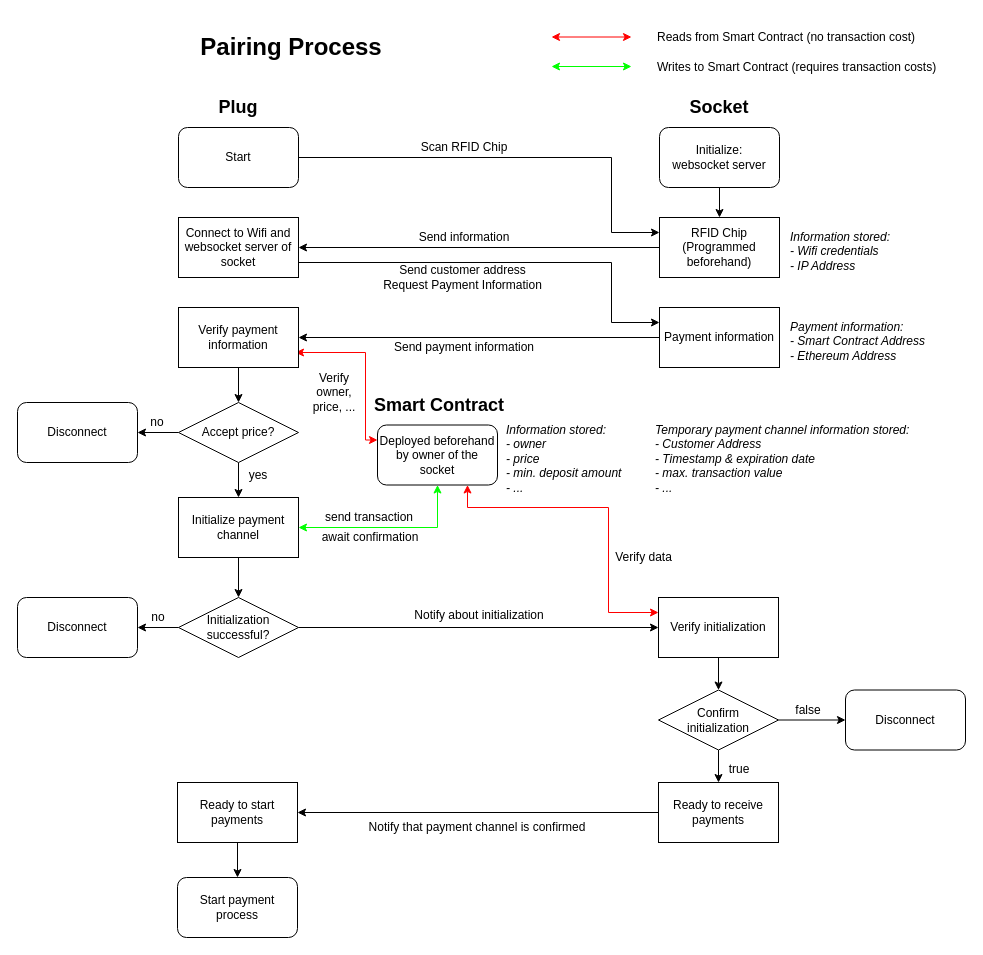
The draw.io diagram page "pairing_process" (1 of 4) of flowcharts/Plug-Socket.drawio in gretzke/Blockchain-Based-Smart-Outlet, before the edit. Source tidied: cells renumbered, new cells numbered last; positions are measured from the earlier drawing's top-left corner, leaving out a move shared by most shapes. Both pictures are drawn from the tidied source at 100%, with x=0, y=0 at pixel (17, 27).
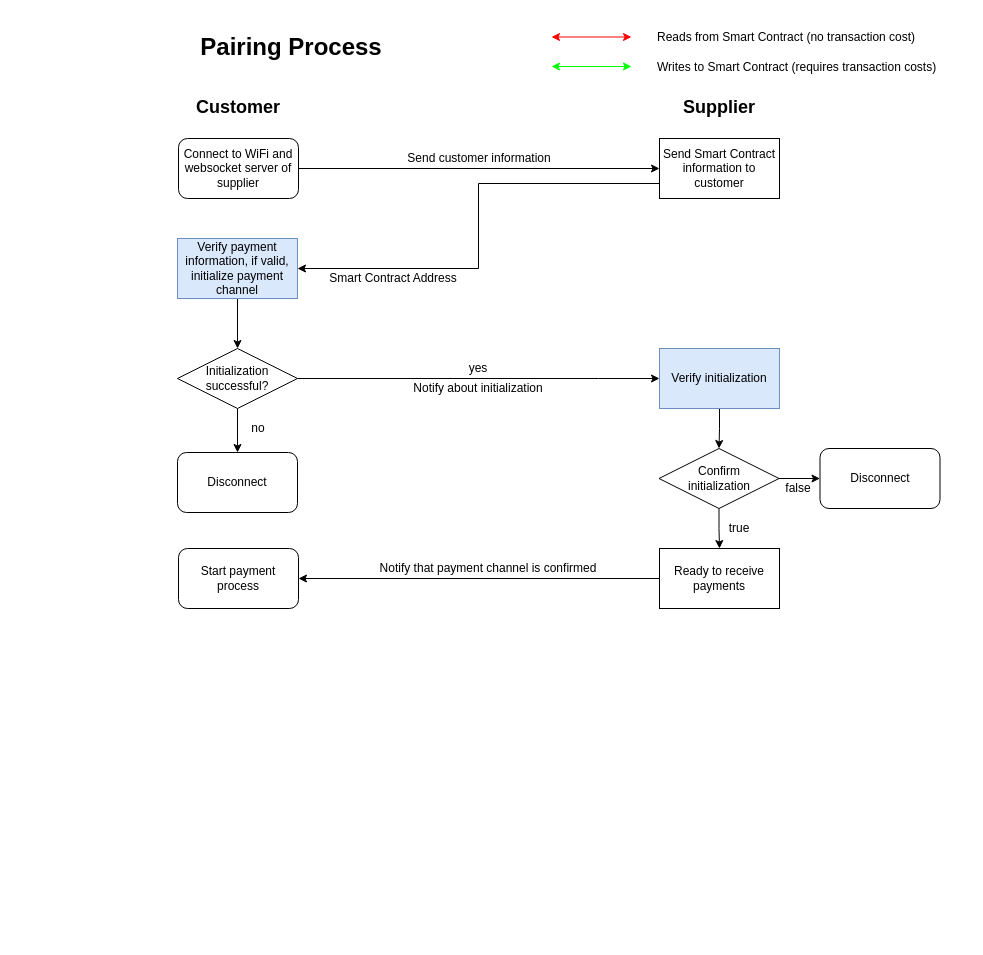
The same diagram, later.

Change to the diagram source:
```diff
@@
-    <mxCell id="2" value="&lt;b&gt;&lt;font style=&quot;font-size: 18px&quot;&gt;Plug&lt;/font&gt;&lt;/b&gt;&lt;br&gt;" style="text;html=1;strokeColor=none;fillColor=none;align=center;verticalAlign=middle;whiteSpace=wrap;rounded=0;" parent="1" vertex="1">
+    <mxCell id="2" value="&lt;b&gt;&lt;font style=&quot;font-size: 18px&quot;&gt;Customer&lt;/font&gt;&lt;/b&gt;&lt;br&gt;" style="text;html=1;strokeColor=none;fillColor=none;align=center;verticalAlign=middle;whiteSpace=wrap;rounded=0;" parent="1" vertex="1">
       <mxGeometry x="201" y="70" width="40" height="20" as="geometry" />
     </mxCell>
-    <mxCell id="3" value="&lt;b&gt;&lt;font style=&quot;font-size: 18px&quot;&gt;Socket&lt;/font&gt;&lt;/b&gt;&lt;br&gt;" style="text;html=1;strokeColor=none;fillColor=none;align=center;verticalAlign=middle;whiteSpace=wrap;rounded=0;" parent="1" vertex="1">
+    <mxCell id="3" value="&lt;b&gt;&lt;font style=&quot;font-size: 18px&quot;&gt;Supplier&lt;/font&gt;&lt;/b&gt;&lt;br&gt;" style="text;html=1;strokeColor=none;fillColor=none;align=center;verticalAlign=middle;whiteSpace=wrap;rounded=0;" parent="1" vertex="1">
       <mxGeometry x="682" y="70" width="40" height="20" as="geometry" />
     </mxCell>
-    <mxCell id="4" style="edgeStyle=orthogonalEdgeStyle;rounded=0;jettySize=auto;html=1;entryX=0;entryY=0.25;entryDx=0;entryDy=0;" parent="1" edge="1" source="5" target="7">
-      <mxGeometry relative="1" as="geometry">
-        <Array as="points">
-          <mxPoint x="594" y="130" />
-          <mxPoint x="594" y="205" />
-        </Array>
-      </mxGeometry>
-    </mxCell>
-    <mxCell id="5" value="Start&lt;br&gt;" style="rounded=1;whiteSpace=wrap;html=1;" parent="1" vertex="1">
-      <mxGeometry x="161" y="100" width="120" height="60" as="geometry" />
-    </mxCell>
-    <mxCell id="6" style="edgeStyle=orthogonalEdgeStyle;rounded=0;jettySize=auto;html=1;exitX=0;exitY=0.5;exitDx=0;exitDy=0;entryX=1;entryY=0.5;entryDx=0;entryDy=0;" parent="1" edge="1" source="7" target="9">
+    <mxCell id="6" style="edgeStyle=orthogonalEdgeStyle;rounded=0;jettySize=auto;html=1;exitX=0;exitY=0.5;exitDx=0;exitDy=0;entryX=1;entryY=0.5;entryDx=0;entryDy=0;startArrow=classic;startFill=1;endArrow=none;endFill=0;" parent="1" edge="1" source="7" target="9">
       <mxGeometry relative="1" as="geometry" />
     </mxCell>
-    <mxCell id="7" value="RFID Chip&lt;br&gt;(Programmed beforehand)&lt;br&gt;" style="rounded=0;whiteSpace=wrap;html=1;" parent="1" vertex="1">
-      <mxGeometry x="642" y="190" width="120" height="60" as="geometry" />
+    <mxCell id="7" value="Send Smart Contract information to customer" style="rounded=0;whiteSpace=wrap;html=1;" parent="1" vertex="1">
+      <mxGeometry x="642" y="111" width="120" height="60" as="geometry" />
     </mxCell>
-    <mxCell id="8" style="edgeStyle=orthogonalEdgeStyle;rounded=0;jettySize=auto;html=1;exitX=1;exitY=0.75;exitDx=0;exitDy=0;entryX=0;entryY=0.25;entryDx=0;entryDy=0;" parent="1" edge="1" source="9" target="14">
-      <mxGeometry relative="1" as="geometry">
-        <Array as="points">
-          <mxPoint x="594" y="235" />
-          <mxPoint x="594" y="295" />
-        </Array>
-      </mxGeometry>
-    </mxCell>
-    <mxCell id="9" value="Connect to Wifi and websocket server of socket&lt;br&gt;" style="rounded=0;whiteSpace=wrap;html=1;" parent="1" vertex="1">
-      <mxGeometry x="161" y="190" width="120" height="60" as="geometry" />
+    <mxCell id="9" value="Connect to WiFi and websocket server of supplier&lt;br&gt;" style="rounded=1;whiteSpace=wrap;html=1;glass=0;" parent="1" vertex="1">
+      <mxGeometry x="161" y="111" width="120" height="60" as="geometry" />
     </mxCell>
-    <mxCell id="10" value="Send information" style="text;html=1;strokeColor=none;fillColor=none;align=center;verticalAlign=middle;whiteSpace=wrap;rounded=0;" parent="1" vertex="1">
-      <mxGeometry x="347" y="200" width="200" height="20" as="geometry" />
+    <mxCell id="10" value="Send customer information" style="text;html=1;strokeColor=none;fillColor=none;align=center;verticalAlign=middle;whiteSpace=wrap;rounded=0;" parent="1" vertex="1">
+      <mxGeometry x="361.5" y="121" width="200" height="20" as="geometry" />
     </mxCell>
-    <mxCell id="11" style="edgeStyle=orthogonalEdgeStyle;rounded=0;jettySize=auto;html=1;exitX=0.5;exitY=1;exitDx=0;exitDy=0;entryX=0.5;entryY=0;entryDx=0;entryDy=0;" parent="1" edge="1" source="12" target="7">
-      <mxGeometry relative="1" as="geometry" />
-    </mxCell>
-    <mxCell id="12" value="Initialize:&lt;br&gt;websocket server&lt;br&gt;" style="rounded=1;whiteSpace=wrap;html=1;" parent="1" vertex="1">
-      <mxGeometry x="642" y="100" width="120" height="60" as="geometry" />
-    </mxCell>
-    <mxCell id="13" style="edgeStyle=orthogonalEdgeStyle;rounded=0;jettySize=auto;html=1;exitX=0;exitY=0.5;exitDx=0;exitDy=0;entryX=1;entryY=0.5;entryDx=0;entryDy=0;" parent="1" edge="1" source="14" target="22">
+    <mxCell id="13" style="edgeStyle=orthogonalEdgeStyle;rounded=0;jettySize=auto;html=1;entryX=1;entryY=0.5;entryDx=0;entryDy=0;exitX=0;exitY=0.75;exitDx=0;exitDy=0;" parent="1" edge="1" source="7" target="22">
       <mxGeometry relative="1" as="geometry" />
     </mxCell>
-    <mxCell id="14" value="Payment information&lt;br&gt;" style="rounded=0;whiteSpace=wrap;html=1;" parent="1" vertex="1">
-      <mxGeometry x="642" y="280" width="120" height="60" as="geometry" />
-    </mxCell>
-    <mxCell id="15" value="&lt;span&gt;Send customer address&lt;br&gt;Request Payment Information&lt;/span&gt;" style="text;html=1;strokeColor=none;fillColor=none;align=center;verticalAlign=middle;whiteSpace=wrap;rounded=0;" parent="1" vertex="1">
-      <mxGeometry x="357" y="240" width="177" height="20" as="geometry" />
-    </mxCell>
-    <mxCell id="16" value="Scan RFID Chip&lt;br&gt;" style="text;html=1;strokeColor=none;fillColor=none;align=center;verticalAlign=middle;whiteSpace=wrap;rounded=0;" parent="1" vertex="1">
-      <mxGeometry x="402" y="110" width="90" height="20" as="geometry" />
-    </mxCell>
-    <mxCell id="17" value="&lt;i&gt;Information stored:&lt;br&gt;- Wifi credentials&lt;br&gt;- IP Address&lt;/i&gt;" style="text;html=1;align=left;verticalAlign=top;spacingTop=-4;" parent="1" vertex="1">
-      <mxGeometry x="771" y="200" width="120" height="40" as="geometry" />
-    </mxCell>
-    <mxCell id="18" value="Send payment information" style="text;html=1;strokeColor=none;fillColor=none;align=center;verticalAlign=middle;whiteSpace=wrap;rounded=0;" parent="1" vertex="1">
-      <mxGeometry x="367" y="310" width="160" height="20" as="geometry" />
-    </mxCell>
-    <mxCell id="19" value="&lt;i&gt;Payment information:&lt;br&gt;- Smart Contract Address&lt;br&gt;- Ethereum Address&lt;br&gt;&lt;/i&gt;" style="text;html=1;align=left;verticalAlign=top;spacingTop=-4;" parent="1" vertex="1">
-      <mxGeometry x="771" y="290" width="150" height="40" as="geometry" />
-    </mxCell>
-    <mxCell id="20" style="edgeStyle=orthogonalEdgeStyle;rounded=0;jettySize=auto;html=1;exitX=1;exitY=0.75;exitDx=0;exitDy=0;strokeColor=#FF0000;entryX=0;entryY=0.25;entryDx=0;entryDy=0;startArrow=classic;startFill=1;" parent="1" edge="1" target="25">
-      <mxGeometry relative="1" as="geometry">
-        <mxPoint x="278" y="325" as="sourcePoint" />
-        <Array as="points">
-          <mxPoint x="348" y="325" />
-          <mxPoint x="348" y="413" />
-        </Array>
-      </mxGeometry>
-    </mxCell>
@@
-    <mxCell id="22" value="Verify payment information" style="rounded=0;whiteSpace=wrap;html=1;" parent="1" vertex="1">
-      <mxGeometry x="161" y="280" width="120" height="60" as="geometry" />
+    <mxCell id="22" value="Verify payment information, if valid, initialize payment channel" style="rounded=0;whiteSpace=wrap;html=1;fillColor=#dae8fc;strokeColor=#6c8ebf;" parent="1" vertex="1">
+      <mxGeometry x="160" y="211" width="120" height="60" as="geometry" />
     </mxCell>
-    <mxCell id="23" style="edgeStyle=orthogonalEdgeStyle;rounded=0;jettySize=auto;html=1;exitX=0.5;exitY=1;exitDx=0;exitDy=0;entryX=1;entryY=0.5;entryDx=0;entryDy=0;strokeColor=#00FF00;startArrow=classic;startFill=1;" parent="1" edge="1" source="25" target="35">
-      <mxGeometry relative="1" as="geometry" />
-    </mxCell>
-    <mxCell id="24" style="edgeStyle=orthogonalEdgeStyle;rounded=0;jettySize=auto;html=1;exitX=0.75;exitY=1;exitDx=0;exitDy=0;entryX=0;entryY=0.25;entryDx=0;entryDy=0;strokeColor=#FF0000;startArrow=classic;startFill=1;" parent="1" edge="1" source="25" target="56">
-      <mxGeometry relative="1" as="geometry">
-        <Array as="points">
-          <mxPoint x="450" y="480" />
-          <mxPoint x="591" y="480" />
-          <mxPoint x="591" y="585" />
-        </Array>
-      </mxGeometry>
-    </mxCell>
-    <mxCell id="25" value="Deployed beforehand by owner of the socket&lt;br&gt;" style="rounded=1;whiteSpace=wrap;html=1;" parent="1" vertex="1">
-      <mxGeometry x="360" y="397.5" width="120" height="60" as="geometry" />
-    </mxCell>
-    <mxCell id="26" value="&lt;font style=&quot;font-size: 18px&quot;&gt;&lt;b&gt;Smart Contract&lt;/b&gt;&lt;/font&gt;" style="text;html=1;strokeColor=none;fillColor=none;align=center;verticalAlign=middle;whiteSpace=wrap;rounded=0;" parent="1" vertex="1">
-      <mxGeometry x="347" y="367.5" width="150" height="20" as="geometry" />
-    </mxCell>
-    <mxCell id="27" value="&lt;i&gt;Information stored:&lt;br&gt;- owner&lt;br&gt;- price&lt;br&gt;- min. deposit amount&lt;br&gt;- ...&lt;br&gt;&lt;br&gt;&lt;/i&gt;" style="text;html=1;align=left;verticalAlign=top;spacingTop=-4;" parent="1" vertex="1">
-      <mxGeometry x="487" y="392.5" width="130" height="90" as="geometry" />
-    </mxCell>
@@
-    <mxCell id="29" value="Verify owner, price, ..." style="text;html=1;strokeColor=none;fillColor=none;align=center;verticalAlign=middle;whiteSpace=wrap;rounded=0;" parent="1" vertex="1">
-      <mxGeometry x="287" y="355" width="60" height="20" as="geometry" />
-    </mxCell>
-    <mxCell id="30" style="edgeStyle=orthogonalEdgeStyle;rounded=0;jettySize=auto;html=1;exitX=0.5;exitY=1;exitDx=0;exitDy=0;entryX=0.5;entryY=0;entryDx=0;entryDy=0;" parent="1" edge="1" source="32" target="35">
-      <mxGeometry relative="1" as="geometry" />
-    </mxCell>
@@
-    <mxCell id="32" value="Accept price?" style="rhombus;whiteSpace=wrap;html=1;" parent="1" vertex="1">
-      <mxGeometry x="161" y="375" width="120" height="60" as="geometry" />
+    <mxCell id="32" value="Initialization successful?&lt;br&gt;" style="rhombus;whiteSpace=wrap;html=1;" parent="1" vertex="1">
+      <mxGeometry x="160" y="321" width="120" height="60" as="geometry" />
     </mxCell>
     <mxCell id="33" value="Disconnect" style="rounded=1;whiteSpace=wrap;html=1;" parent="1" vertex="1">
-      <mxGeometry y="375" width="120" height="60" as="geometry" />
+      <mxGeometry x="160" y="425" width="120" height="60" as="geometry" />
     </mxCell>
-    <mxCell id="34" style="edgeStyle=orthogonalEdgeStyle;rounded=0;jettySize=auto;html=1;" parent="1" edge="1" source="35" target="41">
-      <mxGeometry relative="1" as="geometry" />
-    </mxCell>
-    <mxCell id="35" value="Initialize payment channel" style="rounded=0;whiteSpace=wrap;html=1;" parent="1" vertex="1">
-      <mxGeometry x="161" y="470" width="120" height="60" as="geometry" />
-    </mxCell>
-    <mxCell id="36" value="&lt;i&gt;Temporary payment channel information stored:&lt;br&gt;- Customer Address&lt;br&gt;- Timestamp &amp;amp; expiration date&lt;br&gt;- max. transaction value&lt;br&gt;- ...&lt;br&gt;&lt;br&gt;&lt;/i&gt;" style="text;html=1;align=left;verticalAlign=top;spacingTop=-4;" parent="1" vertex="1">
-      <mxGeometry x="636" y="392.5" width="270" height="90" as="geometry" />
-    </mxCell>
-    <mxCell id="37" value="send transaction" style="text;html=1;strokeColor=none;fillColor=none;align=center;verticalAlign=middle;whiteSpace=wrap;rounded=0;" parent="1" vertex="1">
-      <mxGeometry x="302" y="480" width="100" height="20" as="geometry" />
-    </mxCell>
-    <mxCell id="38" value="await confirmation" style="text;html=1;strokeColor=none;fillColor=none;align=center;verticalAlign=middle;whiteSpace=wrap;rounded=0;" parent="1" vertex="1">
-      <mxGeometry x="302.5" y="500" width="100" height="20" as="geometry" />
-    </mxCell>
-    <mxCell id="39" style="edgeStyle=orthogonalEdgeStyle;rounded=0;jettySize=auto;html=1;" parent="1" edge="1" source="41" target="42">
-      <mxGeometry relative="1" as="geometry" />
-    </mxCell>
-    <mxCell id="40" style="edgeStyle=orthogonalEdgeStyle;rounded=0;jettySize=auto;html=1;entryX=0;entryY=0.5;entryDx=0;entryDy=0;" parent="1" edge="1" source="41" target="56">
-      <mxGeometry relative="1" as="geometry" />
+    <mxCell id="40" style="edgeStyle=orthogonalEdgeStyle;rounded=0;jettySize=auto;html=1;entryX=0;entryY=0.5;entryDx=0;entryDy=0;exitX=1;exitY=0.5;exitDx=0;exitDy=0;" parent="1" edge="1" source="32" target="56">
+      <mxGeometry relative="1" as="geometry">
+        <Array as="points">
+          <mxPoint x="581" y="351" />
+          <mxPoint x="581" y="351" />
+        </Array>
+      </mxGeometry>
     </mxCell>
-    <mxCell id="41" value="Initialization successful?" style="rhombus;whiteSpace=wrap;html=1;" parent="1" vertex="1">
-      <mxGeometry x="161" y="570" width="120" height="60" as="geometry" />
-    </mxCell>
-    <mxCell id="42" value="Disconnect" style="rounded=1;whiteSpace=wrap;html=1;" parent="1" vertex="1">
-      <mxGeometry y="570" width="120" height="60" as="geometry" />
-    </mxCell>
@@
     <mxCell id="45" value="Confirm&lt;br&gt;initialization" style="rhombus;whiteSpace=wrap;html=1;" parent="1" vertex="1">
-      <mxGeometry x="641" y="662.5" width="120" height="60" as="geometry" />
+      <mxGeometry x="641.5" y="421" width="120" height="60" as="geometry" />
     </mxCell>
     <mxCell id="46" value="Notify about initialization" style="text;html=1;strokeColor=none;fillColor=none;align=center;verticalAlign=middle;whiteSpace=wrap;rounded=0;" parent="1" vertex="1">
-      <mxGeometry x="376.5" y="577.5" width="170" height="20" as="geometry" />
+      <mxGeometry x="376" y="351" width="170" height="20" as="geometry" />
     </mxCell>
     <mxCell id="47" value="Disconnect" style="rounded=1;whiteSpace=wrap;html=1;" parent="1" vertex="1">
-      <mxGeometry x="828" y="662.5" width="120" height="60" as="geometry" />
+      <mxGeometry x="802.5" y="421" width="120" height="60" as="geometry" />
     </mxCell>
     <mxCell id="48" value="false&lt;br&gt;" style="text;html=1;strokeColor=none;fillColor=none;align=center;verticalAlign=middle;whiteSpace=wrap;rounded=0;" parent="1" vertex="1">
-      <mxGeometry x="771" y="672.5" width="40" height="20" as="geometry" />
+      <mxGeometry x="761" y="451" width="40" height="20" as="geometry" />
     </mxCell>
     <mxCell id="49" value="true" style="text;html=1;strokeColor=none;fillColor=none;align=center;verticalAlign=middle;whiteSpace=wrap;rounded=0;" parent="1" vertex="1">
-      <mxGeometry x="702" y="731.5" width="40" height="20" as="geometry" />
+      <mxGeometry x="702" y="491" width="40" height="20" as="geometry" />
     </mxCell>
-    <mxCell id="50" style="edgeStyle=orthogonalEdgeStyle;rounded=0;jettySize=auto;html=1;exitX=0;exitY=0.5;exitDx=0;exitDy=0;entryX=1;entryY=0.5;entryDx=0;entryDy=0;" parent="1" edge="1" source="51" target="53">
+    <mxCell id="50" style="edgeStyle=orthogonalEdgeStyle;rounded=0;jettySize=auto;html=1;exitX=0;exitY=0.5;exitDx=0;exitDy=0;entryX=1;entryY=0.5;entryDx=0;entryDy=0;" parent="1" edge="1" source="51" target="60">
       <mxGeometry relative="1" as="geometry" />
     </mxCell>
     <mxCell id="51" value="Ready to receive payments" style="rounded=0;whiteSpace=wrap;html=1;" parent="1" vertex="1">
-      <mxGeometry x="641" y="755" width="120" height="60" as="geometry" />
+      <mxGeometry x="642" y="521" width="120" height="60" as="geometry" />
     </mxCell>
-    <mxCell id="52" style="edgeStyle=orthogonalEdgeStyle;rounded=0;jettySize=auto;html=1;" parent="1" edge="1" source="53" target="60">
-      <mxGeometry relative="1" as="geometry" />
-    </mxCell>
-    <mxCell id="53" value="Ready to start payments" style="rounded=0;whiteSpace=wrap;html=1;" parent="1" vertex="1">
-      <mxGeometry x="160" y="755" width="120" height="60" as="geometry" />
-    </mxCell>
     <mxCell id="54" value="Notify that payment channel is confirmed" style="text;html=1;strokeColor=none;fillColor=none;align=center;verticalAlign=middle;whiteSpace=wrap;rounded=0;" parent="1" vertex="1">
-      <mxGeometry x="330" y="790" width="260" height="20" as="geometry" />
+      <mxGeometry x="341" y="531" width="260" height="20" as="geometry" />
     </mxCell>
@@
-    <mxCell id="56" value="Verify initialization" style="rounded=0;whiteSpace=wrap;html=1;" parent="1" vertex="1">
-      <mxGeometry x="641" y="570" width="120" height="60" as="geometry" />
+    <mxCell id="56" value="Verify initialization" style="rounded=0;whiteSpace=wrap;html=1;fillColor=#dae8fc;strokeColor=#6c8ebf;" parent="1" vertex="1">
+      <mxGeometry x="642" y="321" width="120" height="60" as="geometry" />
     </mxCell>
-    <mxCell id="57" value="no&lt;br&gt;" style="text;html=1;strokeColor=none;fillColor=none;align=center;verticalAlign=middle;whiteSpace=wrap;rounded=0;" parent="1" vertex="1">
-      <mxGeometry x="121" y="580" width="40" height="20" as="geometry" />
-    </mxCell>
     <mxCell id="58" value="no&lt;br&gt;" style="text;html=1;strokeColor=none;fillColor=none;align=center;verticalAlign=middle;whiteSpace=wrap;rounded=0;" parent="1" vertex="1">
-      <mxGeometry x="120" y="385" width="40" height="20" as="geometry" />
+      <mxGeometry x="221" y="391" width="40" height="20" as="geometry" />
     </mxCell>
-    <mxCell id="59" value="Verify data" style="text;html=1;strokeColor=none;fillColor=none;align=center;verticalAlign=middle;whiteSpace=wrap;rounded=0;" parent="1" vertex="1">
-      <mxGeometry x="592" y="520" width="69" height="20" as="geometry" />
-    </mxCell>
     <mxCell id="60" value="Start payment process" style="rounded=1;whiteSpace=wrap;html=1;" parent="1" vertex="1">
-      <mxGeometry x="160" y="850" width="120" height="60" as="geometry" />
+      <mxGeometry x="161" y="521" width="120" height="60" as="geometry" />
     </mxCell>
-    <mxCell id="61" value="yes" style="text;html=1;strokeColor=none;fillColor=none;align=center;verticalAlign=middle;whiteSpace=wrap;rounded=0;" parent="1" vertex="1">
-      <mxGeometry x="221" y="437.5" width="40" height="20" as="geometry" />
-    </mxCell>
@@
+    <mxCell id="66" value="Smart Contract Address&lt;br&gt;" style="text;html=1;strokeColor=none;fillColor=none;align=center;verticalAlign=middle;whiteSpace=wrap;rounded=0;" parent="1" vertex="1">
+      <mxGeometry x="301" y="241" width="150" height="20" as="geometry" />
+    </mxCell>
+    <mxCell id="61" value="yes&lt;br&gt;" style="text;html=1;strokeColor=none;fillColor=none;align=center;verticalAlign=middle;whiteSpace=wrap;rounded=0;" parent="1" vertex="1">
+      <mxGeometry x="441" y="331" width="40" height="20" as="geometry" />
+    </mxCell>
```
